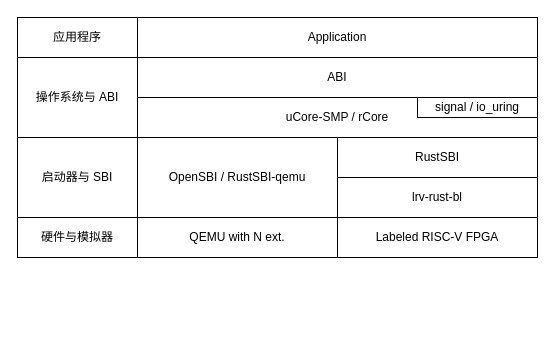
The draw.io diagram docs/src/assets/proj.drawio in oscomp/2021oscomp-best-kernel-design-impl, before the edit. Source tidied: cells renumbered, new cells numbered last; positions are measured from the earlier drawing's top-left corner, leaving out a move shared by most shapes. Both pictures are drawn from the tidied source at 100%, with x=0, y=0 at pixel (17, 17).
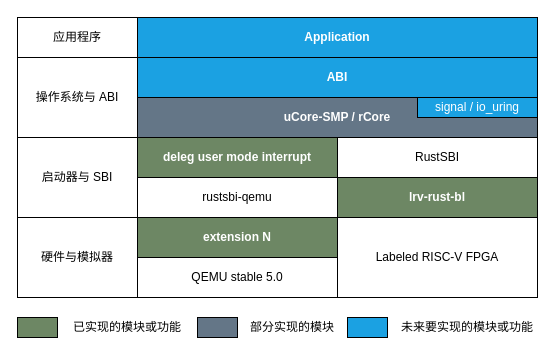
The same diagram, later.

Commit message (it also covers changes not shown here):
docs: Add docs of labeled CPU and uCore-SMP

What changed in the source:
```diff
@@
-<mxGraphModel background="#ffffff">
+<mxGraphModel>
@@
+    <mxCell id="17" value="extension N" style="rounded=0;whiteSpace=wrap;html=1;fillColor=#6d8764;fontColor=#ffffff;fontStyle=1;" parent="1" vertex="1">
+      <mxGeometry x="120" y="200" width="200" height="40" as="geometry" />
+    </mxCell>
-    <mxCell id="2" value="ABI" style="rounded=0;whiteSpace=wrap;html=1;strokeColor=none;" parent="1" vertex="1">
+    <mxCell id="2" value="ABI" style="rounded=0;whiteSpace=wrap;html=1;fillColor=#1ba1e2;fontColor=#ffffff;fontStyle=1;" parent="1" vertex="1">
       <mxGeometry x="120" y="40" width="400" height="40" as="geometry" />
     </mxCell>
-    <mxCell id="3" value="QEMU with N ext." style="rounded=0;whiteSpace=wrap;html=1;" parent="1" vertex="1">
-      <mxGeometry x="120" y="200" width="200" height="40" as="geometry" />
+    <mxCell id="3" value="QEMU stable 5.0" style="rounded=0;whiteSpace=wrap;html=1;" parent="1" vertex="1">
+      <mxGeometry x="120" y="240" width="200" height="40" as="geometry" />
     </mxCell>
     <mxCell id="4" value="Labeled RISC-V FPGA" style="rounded=0;whiteSpace=wrap;html=1;" parent="1" vertex="1">
-      <mxGeometry x="320" y="200" width="200" height="40" as="geometry" />
+      <mxGeometry x="320" y="200" width="200" height="80" as="geometry" />
     </mxCell>
-    <mxCell id="5" value="lrv-rust-bl" style="rounded=0;whiteSpace=wrap;html=1;" parent="1" vertex="1">
+    <mxCell id="5" value="lrv-rust-bl" style="rounded=0;whiteSpace=wrap;html=1;fillColor=#6d8764;fontColor=#ffffff;fontStyle=1;" parent="1" vertex="1">
       <mxGeometry x="320" y="160" width="200" height="40" as="geometry" />
     </mxCell>
-    <mxCell id="6" value="OpenSBI / RustSBI-qemu" style="rounded=0;whiteSpace=wrap;html=1;" parent="1" vertex="1">
-      <mxGeometry x="120" y="120" width="200" height="80" as="geometry" />
+    <mxCell id="6" value="rustsbi-qemu" style="rounded=0;whiteSpace=wrap;html=1;" parent="1" vertex="1">
+      <mxGeometry x="120" y="160" width="200" height="40" as="geometry" />
     </mxCell>
@@
-    <mxCell id="8" value="uCore-SMP / rCore" style="rounded=0;whiteSpace=wrap;html=1;" parent="1" vertex="1">
+    <mxCell id="8" value="uCore-SMP / rCore" style="rounded=0;whiteSpace=wrap;html=1;fillColor=#647687;fontColor=#ffffff;fontStyle=1;" parent="1" vertex="1">
       <mxGeometry x="120" y="80" width="400" height="40" as="geometry" />
     </mxCell>
-    <mxCell id="9" value="Application" style="rounded=0;whiteSpace=wrap;html=1;" parent="1" vertex="1">
+    <mxCell id="9" value="Application" style="rounded=0;whiteSpace=wrap;html=1;fillColor=#1ba1e2;fontColor=#ffffff;fontStyle=1;" parent="1" vertex="1">
       <mxGeometry x="120" width="400" height="40" as="geometry" />
     </mxCell>
@@
-    <mxCell id="12" value="signal / io_uring" style="rounded=0;whiteSpace=wrap;html=1;" parent="1" vertex="1">
+    <mxCell id="12" value="signal / io_uring" style="rounded=0;whiteSpace=wrap;html=1;fillColor=#1ba1e2;fontColor=#ffffff;" parent="1" vertex="1">
       <mxGeometry x="400" y="80" width="120" height="20" as="geometry" />
     </mxCell>
-    <mxCell id="13" value="硬件与模拟器" style="rounded=0;whiteSpace=wrap;html=1;strokeColor=#000000;" parent="1" vertex="1">
-      <mxGeometry y="200" width="120" height="40" as="geometry" />
+    <mxCell id="13" value="硬件与模拟器" style="rounded=0;whiteSpace=wrap;html=1;" parent="1" vertex="1">
+      <mxGeometry y="200" width="120" height="80" as="geometry" />
     </mxCell>
-    <mxCell id="14" value="操作系统与 ABI" style="rounded=0;whiteSpace=wrap;html=1;strokeColor=#000000;" parent="1" vertex="1">
+    <mxCell id="14" value="操作系统与 ABI" style="rounded=0;whiteSpace=wrap;html=1;" parent="1" vertex="1">
       <mxGeometry y="40" width="120" height="80" as="geometry" />
     </mxCell>
-    <mxCell id="15" value="启动器与 SBI" style="rounded=0;whiteSpace=wrap;html=1;strokeColor=#000000;" parent="1" vertex="1">
+    <mxCell id="15" value="启动器与 SBI" style="rounded=0;whiteSpace=wrap;html=1;" parent="1" vertex="1">
       <mxGeometry y="120" width="120" height="80" as="geometry" />
     </mxCell>
-    <mxCell id="16" value="应用程序" style="rounded=0;whiteSpace=wrap;html=1;strokeColor=#000000;" parent="1" vertex="1">
+    <mxCell id="16" value="应用程序" style="rounded=0;whiteSpace=wrap;html=1;" parent="1" vertex="1">
       <mxGeometry width="120" height="40" as="geometry" />
     </mxCell>
+    <mxCell id="18" value="deleg user mode interrupt" style="rounded=0;whiteSpace=wrap;html=1;fillColor=#6d8764;fontColor=#ffffff;fontStyle=1;" parent="1" vertex="1">
+      <mxGeometry x="120" y="120" width="200" height="40" as="geometry" />
+    </mxCell>
+    <mxCell id="19" style="rounded=0;whiteSpace=wrap;html=1;fillColor=#6d8764;fontColor=#ffffff;" parent="1" vertex="1">
+      <mxGeometry y="300" width="40" height="20" as="geometry" />
+    </mxCell>
+    <mxCell id="20" value="已实现的模块或功能" style="text;html=1;strokeColor=none;fillColor=none;align=center;verticalAlign=middle;whiteSpace=wrap;rounded=0;" parent="1" vertex="1">
+      <mxGeometry x="50" y="300" width="120" height="20" as="geometry" />
+    </mxCell>
+    <mxCell id="21" style="rounded=0;whiteSpace=wrap;html=1;fillColor=#647687;fontColor=#ffffff;" parent="1" vertex="1">
+      <mxGeometry x="180" y="300" width="40" height="20" as="geometry" />
+    </mxCell>
+    <mxCell id="22" value="部分实现的模块" style="text;html=1;strokeColor=none;fillColor=none;align=center;verticalAlign=middle;whiteSpace=wrap;rounded=0;" parent="1" vertex="1">
+      <mxGeometry x="230" y="300" width="90" height="20" as="geometry" />
+    </mxCell>
+    <mxCell id="23" style="rounded=0;whiteSpace=wrap;html=1;fillColor=#1ba1e2;fontColor=#ffffff;" parent="1" vertex="1">
+      <mxGeometry x="330" y="300" width="40" height="20" as="geometry" />
+    </mxCell>
+    <mxCell id="24" value="未来要实现的模块或功能" style="text;html=1;strokeColor=none;fillColor=none;align=center;verticalAlign=middle;whiteSpace=wrap;rounded=0;" parent="1" vertex="1">
+      <mxGeometry x="380" y="300" width="140" height="20" as="geometry" />
+    </mxCell>
```
